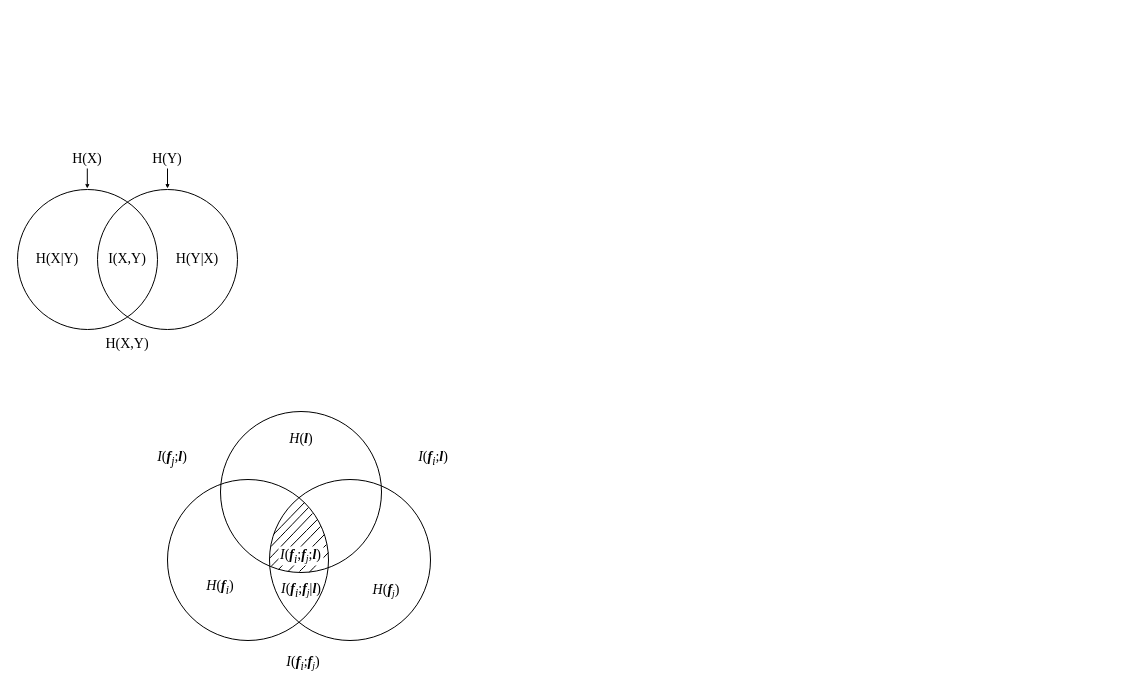
This is mi.drawio from qn-wu/mall, a draw.io file, before an edit. Source tidied: cells renumbered, new cells numbered last; positions are measured from the earlier drawing's top-left corner, leaving out a move shared by most shapes. Both pictures are drawn from the tidied source at 100%, with x=0, y=0 at pixel (17, 144).
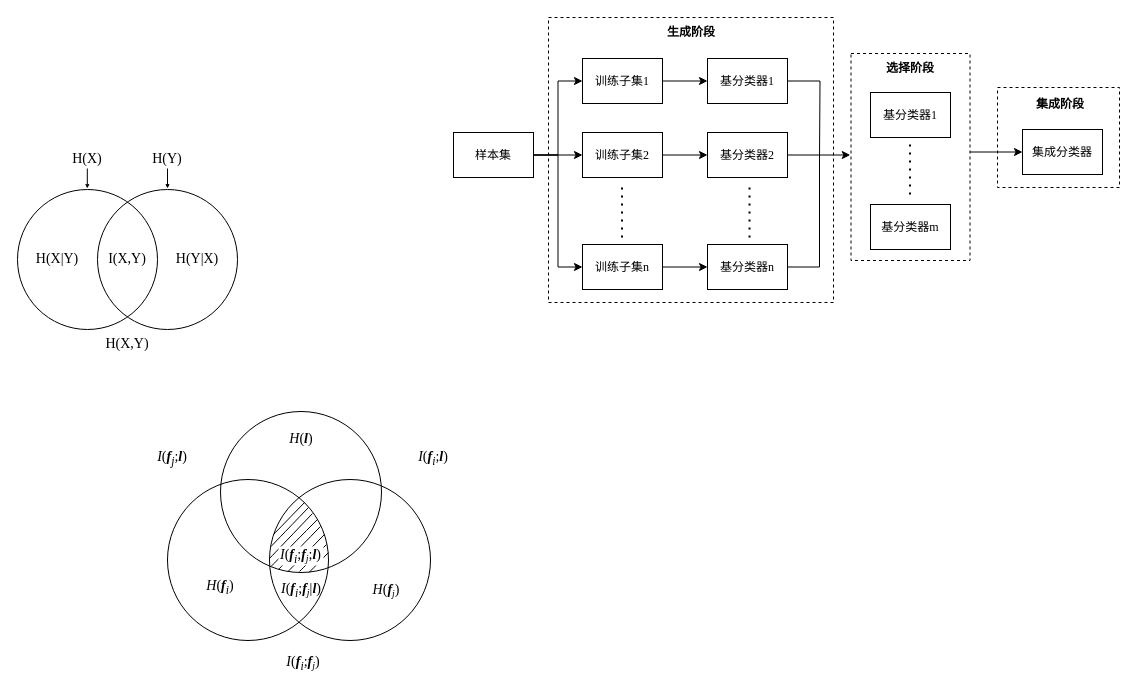
After the change.

Change to the diagram source:
```diff
@@
+    <mxCell id="31" style="rounded=0;whiteSpace=wrap;html=1;fontFamily=Times New Roman;fontSize=12;dashed=1;" parent="1" vertex="1">
+      <mxGeometry x="980" y="-57" width="122" height="100" as="geometry" />
+    </mxCell>
+    <mxCell id="32" style="rounded=0;whiteSpace=wrap;html=1;fontFamily=Times New Roman;fontSize=12;dashed=1;" parent="1" vertex="1">
+      <mxGeometry x="531" y="-127" width="285" height="285" as="geometry" />
+    </mxCell>
+    <mxCell id="33" style="edgeStyle=orthogonalEdgeStyle;rounded=0;jettySize=auto;html=1;entryX=0;entryY=0.5;entryDx=0;entryDy=0;fontFamily=Times New Roman;fontSize=12;" parent="1" edge="1" source="34" target="53">
+      <mxGeometry relative="1" as="geometry">
+        <Array as="points">
+          <mxPoint x="979" y="8" />
+        </Array>
+      </mxGeometry>
+    </mxCell>
+    <mxCell id="34" style="rounded=0;whiteSpace=wrap;html=1;fontFamily=Times New Roman;fontSize=12;dashed=1;" parent="1" vertex="1">
+      <mxGeometry x="833.5" y="-91" width="119" height="207" as="geometry" />
+    </mxCell>
@@
+    <mxCell id="35" style="edgeStyle=orthogonalEdgeStyle;rounded=0;jettySize=auto;html=1;fontFamily=Times New Roman;fontSize=12;startArrow=none;startFill=0;endArrow=none;endFill=0;" parent="1" edge="1" source="36">
+      <mxGeometry relative="1" as="geometry">
+        <mxPoint x="802" y="15" as="targetPoint" />
+      </mxGeometry>
+    </mxCell>
+    <mxCell id="36" value="&lt;font face=&quot;Times New Roman&quot; style=&quot;font-size: 12px&quot;&gt;基分类器1&lt;/font&gt;" style="rounded=0;whiteSpace=wrap;html=1;" parent="1" vertex="1">
+      <mxGeometry x="690" y="-86" width="80" height="45" as="geometry" />
+    </mxCell>
+    <mxCell id="37" style="edgeStyle=orthogonalEdgeStyle;rounded=0;jettySize=auto;html=1;fontFamily=Times New Roman;fontSize=12;" parent="1" edge="1" source="40" target="44">
+      <mxGeometry relative="1" as="geometry" />
+    </mxCell>
+    <mxCell id="38" style="edgeStyle=orthogonalEdgeStyle;rounded=0;jettySize=auto;html=1;entryX=0;entryY=0.5;entryDx=0;entryDy=0;fontFamily=Times New Roman;fontSize=12;" parent="1" edge="1" source="40" target="42">
+      <mxGeometry relative="1" as="geometry" />
+    </mxCell>
+    <mxCell id="39" style="edgeStyle=orthogonalEdgeStyle;rounded=0;jettySize=auto;html=1;entryX=0;entryY=0.5;entryDx=0;entryDy=0;fontFamily=Times New Roman;fontSize=12;" parent="1" edge="1" source="40" target="46">
+      <mxGeometry relative="1" as="geometry" />
+    </mxCell>
+    <mxCell id="40" value="&lt;font face=&quot;Times New Roman&quot; style=&quot;font-size: 12px&quot;&gt;样本集&lt;/font&gt;" style="rounded=0;whiteSpace=wrap;html=1;" parent="1" vertex="1">
+      <mxGeometry x="436" y="-12" width="80" height="45" as="geometry" />
+    </mxCell>
+    <mxCell id="41" style="edgeStyle=orthogonalEdgeStyle;rounded=0;jettySize=auto;html=1;fontFamily=Times New Roman;fontSize=12;" parent="1" edge="1" source="42" target="36">
+      <mxGeometry relative="1" as="geometry" />
+    </mxCell>
+    <mxCell id="42" value="&lt;font face=&quot;Times New Roman&quot; style=&quot;font-size: 12px&quot;&gt;训练子集1&lt;/font&gt;" style="rounded=0;whiteSpace=wrap;html=1;" parent="1" vertex="1">
+      <mxGeometry x="565" y="-86" width="80" height="45" as="geometry" />
+    </mxCell>
+    <mxCell id="43" style="edgeStyle=orthogonalEdgeStyle;rounded=0;jettySize=auto;html=1;fontFamily=Times New Roman;fontSize=12;" parent="1" edge="1" source="44" target="48">
+      <mxGeometry relative="1" as="geometry" />
+    </mxCell>
+    <mxCell id="44" value="&lt;font face=&quot;Times New Roman&quot; style=&quot;font-size: 12px&quot;&gt;训练子集2&lt;/font&gt;" style="rounded=0;whiteSpace=wrap;html=1;" parent="1" vertex="1">
+      <mxGeometry x="565" y="-12" width="80" height="45" as="geometry" />
+    </mxCell>
+    <mxCell id="45" style="edgeStyle=orthogonalEdgeStyle;rounded=0;jettySize=auto;html=1;fontFamily=Times New Roman;fontSize=12;" parent="1" edge="1" source="46" target="50">
+      <mxGeometry relative="1" as="geometry" />
+    </mxCell>
+    <mxCell id="46" value="&lt;font face=&quot;Times New Roman&quot; style=&quot;font-size: 12px&quot;&gt;训练子集n&lt;/font&gt;" style="rounded=0;whiteSpace=wrap;html=1;" parent="1" vertex="1">
+      <mxGeometry x="565" y="100" width="80" height="45" as="geometry" />
+    </mxCell>
+    <mxCell id="47" style="edgeStyle=orthogonalEdgeStyle;rounded=0;jettySize=auto;html=1;fontFamily=Times New Roman;fontSize=12;" parent="1" edge="1" source="48">
+      <mxGeometry relative="1" as="geometry">
+        <mxPoint x="832.8" y="10.5" as="targetPoint" />
+      </mxGeometry>
+    </mxCell>
+    <mxCell id="48" value="&lt;font face=&quot;Times New Roman&quot; style=&quot;font-size: 12px&quot;&gt;基分类器2&lt;/font&gt;" style="rounded=0;whiteSpace=wrap;html=1;" parent="1" vertex="1">
+      <mxGeometry x="690" y="-12" width="80" height="45" as="geometry" />
+    </mxCell>
+    <mxCell id="49" style="edgeStyle=orthogonalEdgeStyle;rounded=0;jettySize=auto;html=1;fontFamily=Times New Roman;fontSize=12;startArrow=none;startFill=0;endArrow=none;endFill=0;" parent="1" edge="1" source="50">
+      <mxGeometry relative="1" as="geometry">
+        <mxPoint x="802" y="10" as="targetPoint" />
+        <Array as="points">
+          <mxPoint x="802" y="123" />
+        </Array>
+      </mxGeometry>
+    </mxCell>
+    <mxCell id="50" value="&lt;font face=&quot;Times New Roman&quot; style=&quot;font-size: 12px&quot;&gt;基分类器n&lt;/font&gt;" style="rounded=0;whiteSpace=wrap;html=1;" parent="1" vertex="1">
+      <mxGeometry x="690" y="100" width="80" height="45" as="geometry" />
+    </mxCell>
+    <mxCell id="51" value="&lt;font face=&quot;Times New Roman&quot; style=&quot;font-size: 12px&quot;&gt;基分类器1&lt;/font&gt;" style="rounded=0;whiteSpace=wrap;html=1;" parent="1" vertex="1">
+      <mxGeometry x="853" y="-52" width="80" height="45" as="geometry" />
+    </mxCell>
+    <mxCell id="52" value="&lt;font face=&quot;Times New Roman&quot; style=&quot;font-size: 12px&quot;&gt;基分类器m&lt;/font&gt;" style="rounded=0;whiteSpace=wrap;html=1;" parent="1" vertex="1">
+      <mxGeometry x="853" y="60" width="80" height="45" as="geometry" />
+    </mxCell>
+    <mxCell id="53" value="&lt;font face=&quot;Times New Roman&quot; style=&quot;font-size: 12px&quot;&gt;集成分类器&lt;/font&gt;" style="rounded=0;whiteSpace=wrap;html=1;" parent="1" vertex="1">
+      <mxGeometry x="1005" y="-15" width="80" height="45" as="geometry" />
+    </mxCell>
+    <mxCell id="54" value="&lt;b&gt;生成阶段&lt;/b&gt;" style="text;html=1;strokeColor=none;fillColor=none;align=center;verticalAlign=middle;whiteSpace=wrap;rounded=0;dashed=1;fontFamily=Times New Roman;fontSize=12;" parent="1" vertex="1">
+      <mxGeometry x="643.5" y="-127" width="60" height="30" as="geometry" />
+    </mxCell>
+    <mxCell id="55" value="&lt;b&gt;选择阶段&lt;/b&gt;" style="text;html=1;strokeColor=none;fillColor=none;align=center;verticalAlign=middle;whiteSpace=wrap;rounded=0;dashed=1;fontFamily=Times New Roman;fontSize=12;" parent="1" vertex="1">
+      <mxGeometry x="863" y="-91" width="60" height="30" as="geometry" />
+    </mxCell>
+    <mxCell id="56" value="&lt;b&gt;集成阶段&lt;/b&gt;" style="text;html=1;strokeColor=none;fillColor=none;align=center;verticalAlign=middle;whiteSpace=wrap;rounded=0;dashed=1;fontFamily=Times New Roman;fontSize=12;" parent="1" vertex="1">
+      <mxGeometry x="1012.5" y="-55" width="60" height="30" as="geometry" />
+    </mxCell>
+    <mxCell id="57" style="endArrow=none;dashed=1;html=1;dashPattern=1 3;strokeWidth=2;rounded=0;fontFamily=Times New Roman;fontSize=12;" parent="1" edge="1">
+      <mxGeometry relative="1" as="geometry">
+        <mxPoint x="732" y="93" as="sourcePoint" />
+        <mxPoint x="732" y="43" as="targetPoint" />
+      </mxGeometry>
+    </mxCell>
+    <mxCell id="58" style="endArrow=none;dashed=1;html=1;dashPattern=1 3;strokeWidth=2;rounded=0;fontFamily=Times New Roman;fontSize=12;" parent="1" edge="1">
+      <mxGeometry relative="1" as="geometry">
+        <mxPoint x="604.5" y="93" as="sourcePoint" />
+        <mxPoint x="604.5" y="43" as="targetPoint" />
+      </mxGeometry>
+    </mxCell>
+    <mxCell id="59" style="endArrow=none;dashed=1;html=1;dashPattern=1 3;strokeWidth=2;rounded=0;fontFamily=Times New Roman;fontSize=12;" parent="1" edge="1">
+      <mxGeometry relative="1" as="geometry">
+        <mxPoint x="892.5" y="50" as="sourcePoint" />
+        <mxPoint x="892.5" as="targetPoint" />
+      </mxGeometry>
+    </mxCell>
```
